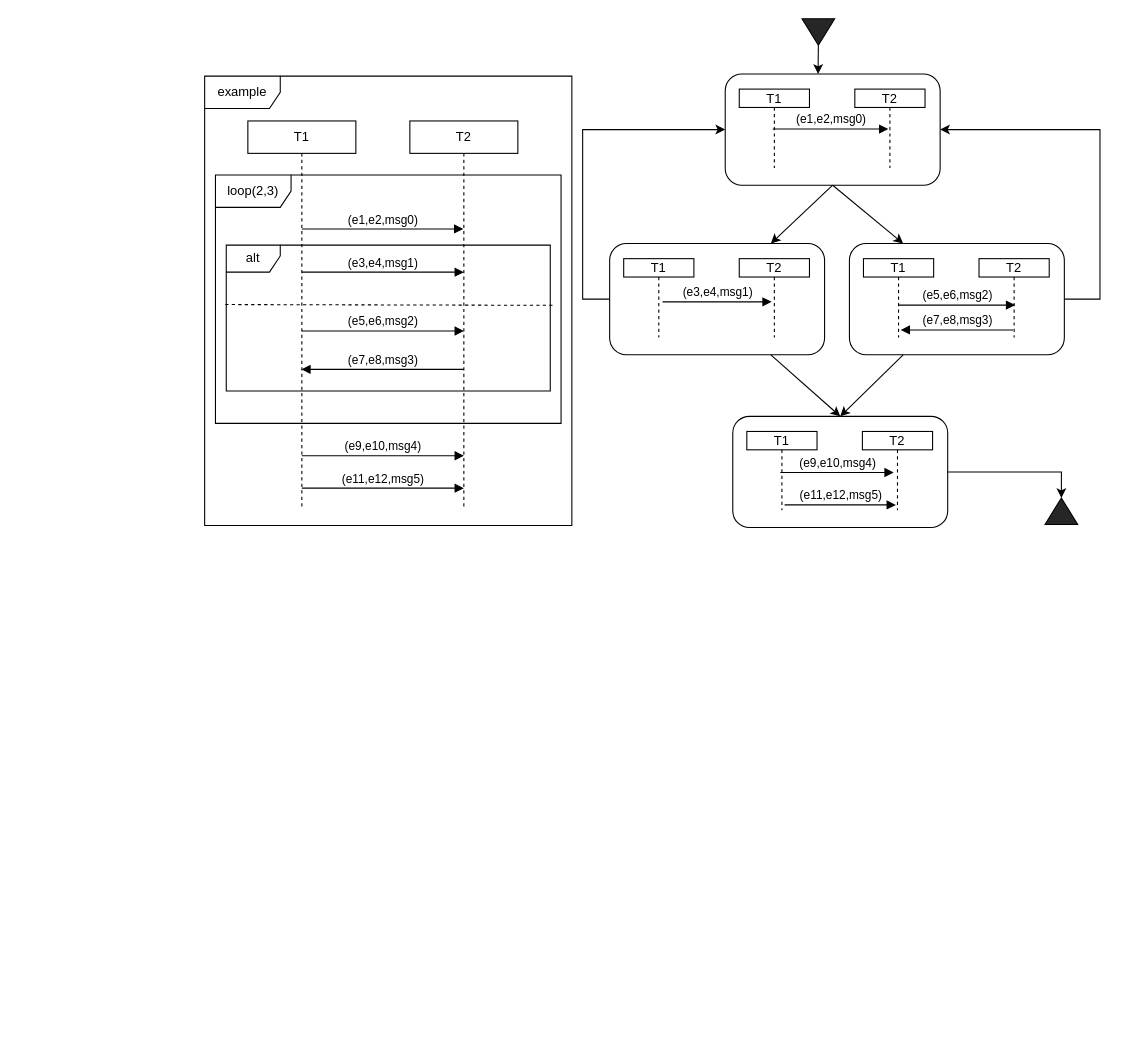
The draw.io diagram block.drawio in ShiYufei0708/draw, before the edit. Source tidied: cells renumbered, new cells numbered last; positions are measured from the earlier drawing's top-left corner, leaving out a move shared by most shapes. Both pictures are drawn from the tidied source at 108%, with x=0, y=0 at pixel (204, 15).
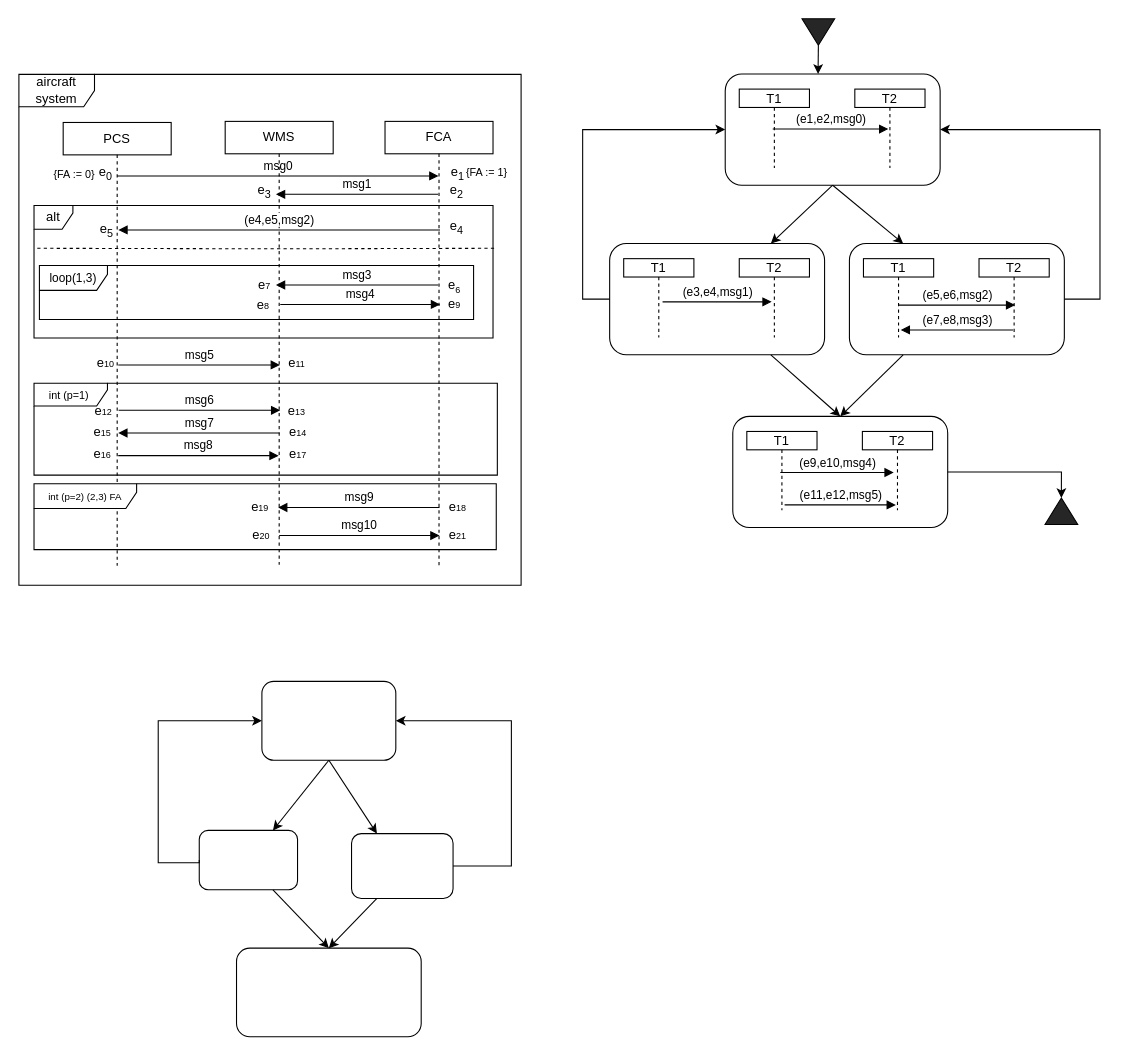
Above is the later version.

What changed in the source:
```diff
@@
-    <mxCell id="2" value="example" style="shape=umlFrame;whiteSpace=wrap;html=1;width=70;height=30;" parent="1" vertex="1">
-      <mxGeometry y="56" width="340" height="416" as="geometry" />
-    </mxCell>
-    <mxCell id="3" value="T1" style="shape=umlLifeline;perimeter=lifelinePerimeter;whiteSpace=wrap;html=1;outlineConnect=0;portConstraint=eastwest;newEdgeStyle={&quot;curved&quot;:0,&quot;rounded&quot;:0};size=30;" parent="1" vertex="1">
-      <mxGeometry x="40" y="97.5" width="100" height="360" as="geometry" />
-    </mxCell>
-    <mxCell id="4" value="T2" style="shape=umlLifeline;perimeter=lifelinePerimeter;whiteSpace=wrap;html=1;outlineConnect=0;portConstraint=eastwest;newEdgeStyle={&quot;curved&quot;:0,&quot;rounded&quot;:0};size=30;" parent="1" vertex="1">
-      <mxGeometry x="190" y="97.5" width="100" height="360" as="geometry" />
-    </mxCell>
-    <mxCell id="5" value="loop(2,3)" style="shape=umlFrame;whiteSpace=wrap;html=1;width=70;height=30;" parent="1" vertex="1">
-      <mxGeometry x="10" y="147.5" width="320" height="230" as="geometry" />
-    </mxCell>
-    <mxCell id="6" value="(e1,e2,msg0)" style="html=1;verticalAlign=bottom;endArrow=block;curved=0;rounded=0;" parent="1" edge="1" target="4">
-      <mxGeometry relative="1" as="geometry">
-        <mxPoint x="90" y="197.5" as="sourcePoint" />
-      </mxGeometry>
-    </mxCell>
-    <mxCell id="7" value="(e3,e4,msg1)" style="html=1;verticalAlign=bottom;endArrow=block;curved=0;rounded=0;" parent="1" edge="1">
-      <mxGeometry relative="1" as="geometry">
-        <mxPoint x="90" y="237.5" as="sourcePoint" />
-        <mxPoint x="240" y="237.5" as="targetPoint" />
-      </mxGeometry>
-    </mxCell>
-    <mxCell id="8" value="(e5,e6,msg2)" style="html=1;verticalAlign=bottom;endArrow=block;curved=0;rounded=0;" parent="1" edge="1">
-      <mxGeometry relative="1" as="geometry">
-        <mxPoint x="90" y="292" as="sourcePoint" />
-        <mxPoint x="240" y="292" as="targetPoint" />
-      </mxGeometry>
-    </mxCell>
-    <mxCell id="9" value="(e9,e10,msg4)" style="html=1;verticalAlign=bottom;endArrow=block;curved=0;rounded=0;" parent="1" edge="1">
-      <mxGeometry relative="1" as="geometry">
-        <mxPoint x="90" y="407.5" as="sourcePoint" />
-        <mxPoint x="240" y="407.5" as="targetPoint" />
-      </mxGeometry>
-    </mxCell>
-    <mxCell id="10" value="(e11,e12,msg5)" style="html=1;verticalAlign=bottom;endArrow=block;curved=0;rounded=0;" parent="1" edge="1">
-      <mxGeometry relative="1" as="geometry">
-        <mxPoint x="90" y="437.5" as="sourcePoint" />
-        <mxPoint x="240" y="437.5" as="targetPoint" />
-      </mxGeometry>
-    </mxCell>
-    <mxCell id="11" value="alt" style="shape=umlFrame;whiteSpace=wrap;html=1;width=50;height=25;" parent="1" vertex="1">
-      <mxGeometry x="20" y="212.5" width="300" height="135" as="geometry" />
-    </mxCell>
-    <mxCell id="12" value="(e7,e8,msg3)" style="html=1;verticalAlign=bottom;endArrow=block;curved=0;rounded=0;" parent="1" edge="1" target="3">
-      <mxGeometry relative="1" as="geometry">
-        <mxPoint x="240" y="327.5" as="sourcePoint" />
-      </mxGeometry>
-    </mxCell>
-    <mxCell id="13" style="endArrow=none;dashed=1;html=1;rounded=0;exitX=-0.003;exitY=0.275;exitDx=0;exitDy=0;exitPerimeter=0;entryX=1.007;entryY=0.28;entryDx=0;entryDy=0;entryPerimeter=0;" parent="1" edge="1">
-      <mxGeometry relative="1" as="geometry">
-        <mxPoint x="19.1" y="267.5" as="sourcePoint" />
-        <mxPoint x="322.1" y="268.2" as="targetPoint" />
-      </mxGeometry>
-    </mxCell>
@@
+    <mxCell id="46" style="group;" parent="1" vertex="1">
+      <mxGeometry x="53" y="616.4" width="124" height="73" as="geometry" />
+    </mxCell>
+    <mxCell id="47" style="rounded=1;whiteSpace=wrap;html=1;" parent="46" vertex="1">
+      <mxGeometry width="124" height="73" as="geometry" />
+    </mxCell>
+    <mxCell id="48" style="group;" parent="1" vertex="1">
+      <mxGeometry x="-5" y="754.4" width="91" height="55" as="geometry" />
+    </mxCell>
+    <mxCell id="49" style="rounded=1;whiteSpace=wrap;html=1;" parent="48" vertex="1">
+      <mxGeometry width="91" height="55" as="geometry" />
+    </mxCell>
+    <mxCell id="50" style="group;" parent="1" vertex="1">
+      <mxGeometry x="136" y="757.4" width="94" height="60" as="geometry" />
+    </mxCell>
+    <mxCell id="51" style="rounded=1;whiteSpace=wrap;html=1;" parent="50" vertex="1">
+      <mxGeometry width="94" height="60" as="geometry" />
+    </mxCell>
+    <mxCell id="52" style="group;" parent="1" vertex="1">
+      <mxGeometry x="29.5" y="863.4" width="171" height="82" as="geometry" />
+    </mxCell>
+    <mxCell id="53" style="rounded=1;whiteSpace=wrap;html=1;" parent="52" vertex="1">
+      <mxGeometry width="171" height="82" as="geometry" />
+    </mxCell>
+    <mxCell id="54" style="rounded=0;jettySize=auto;html=1;exitX=0.5;exitY=1;exitDx=0;exitDy=0;entryX=0.75;entryY=0;entryDx=0;entryDy=0;" parent="1" edge="1" source="47" target="49">
+      <mxGeometry relative="1" as="geometry" />
+    </mxCell>
+    <mxCell id="55" style="rounded=0;jettySize=auto;html=1;exitX=0.5;exitY=1;exitDx=0;exitDy=0;entryX=0.25;entryY=0;entryDx=0;entryDy=0;" parent="1" edge="1" source="47" target="51">
+      <mxGeometry relative="1" as="geometry" />
+    </mxCell>
+    <mxCell id="56" style="rounded=0;jettySize=auto;html=1;exitX=0.25;exitY=1;exitDx=0;exitDy=0;entryX=0.5;entryY=0;entryDx=0;entryDy=0;" parent="1" edge="1" source="51" target="53">
+      <mxGeometry relative="1" as="geometry" />
+    </mxCell>
+    <mxCell id="57" style="rounded=0;jettySize=auto;html=1;exitX=0.75;exitY=1;exitDx=0;exitDy=0;entryX=0.5;entryY=0;entryDx=0;entryDy=0;" parent="1" edge="1" source="49" target="53">
+      <mxGeometry relative="1" as="geometry" />
+    </mxCell>
+    <mxCell id="58" style="edgeStyle=orthogonalEdgeStyle;rounded=0;jettySize=auto;html=1;exitX=0;exitY=0.5;exitDx=0;exitDy=0;entryX=0;entryY=0.5;entryDx=0;entryDy=0;" parent="1" edge="1" source="49" target="47">
+      <mxGeometry relative="1" as="geometry">
+        <Array as="points">
+          <mxPoint x="-5" y="784.4" />
+          <mxPoint x="-43" y="784.4" />
+          <mxPoint x="-43" y="653.4" />
+        </Array>
+      </mxGeometry>
+    </mxCell>
+    <mxCell id="59" style="edgeStyle=orthogonalEdgeStyle;rounded=0;jettySize=auto;html=1;exitX=1;exitY=0.5;exitDx=0;exitDy=0;entryX=1;entryY=0.5;entryDx=0;entryDy=0;" parent="1" edge="1" source="51" target="47">
+      <mxGeometry relative="1" as="geometry">
+        <Array as="points">
+          <mxPoint x="284" y="787.4" />
+          <mxPoint x="284" y="653.4" />
+        </Array>
+      </mxGeometry>
+    </mxCell>
+    <mxCell id="60" value="aircraft system" style="shape=umlFrame;whiteSpace=wrap;html=1;width=70;height=30;" parent="1" vertex="1">
+      <mxGeometry x="-172" y="54.4" width="465" height="473" as="geometry" />
+    </mxCell>
+    <mxCell id="61" value="PCS" style="shape=umlLifeline;perimeter=lifelinePerimeter;whiteSpace=wrap;html=1;newEdgeStyle={&quot;curved&quot;:0,&quot;rounded&quot;:0};size=30;" parent="1" vertex="1">
+      <mxGeometry x="-131" y="98.9" width="100" height="410.5" as="geometry" />
+    </mxCell>
+    <mxCell id="62" value="FCA" style="shape=umlLifeline;perimeter=lifelinePerimeter;whiteSpace=wrap;html=1;outlineConnect=0;portConstraint=eastwest;newEdgeStyle={&quot;curved&quot;:0,&quot;rounded&quot;:0};size=30;" parent="1" vertex="1">
+      <mxGeometry x="167" y="97.9" width="100" height="411.5" as="geometry" />
+    </mxCell>
+    <mxCell id="63" value="msg0" style="html=1;verticalAlign=bottom;endArrow=block;curved=0;rounded=0;" parent="1" edge="1" target="62">
+      <mxGeometry relative="1" as="geometry">
+        <mxPoint x="-81" y="148.4" as="sourcePoint" />
+      </mxGeometry>
+    </mxCell>
+    <mxCell id="64" value="msg1" style="html=1;verticalAlign=bottom;endArrow=block;curved=0;rounded=0;" parent="1" edge="1">
+      <mxGeometry relative="1" as="geometry">
+        <mxPoint x="216.1" y="165.4" as="sourcePoint" />
+        <mxPoint x="66" y="165.4" as="targetPoint" />
+      </mxGeometry>
+    </mxCell>
+    <mxCell id="65" value="msg3" style="html=1;verticalAlign=bottom;endArrow=block;curved=0;rounded=0;" parent="1" edge="1">
+      <mxGeometry relative="1" as="geometry">
+        <mxPoint x="216.2" y="249.4" as="sourcePoint" />
+        <mxPoint x="66" y="249.4" as="targetPoint" />
+      </mxGeometry>
+    </mxCell>
+    <mxCell id="66" value="msg5" style="html=1;verticalAlign=bottom;endArrow=block;curved=0;rounded=0;" parent="1" edge="1">
+      <mxGeometry relative="1" as="geometry">
+        <mxPoint x="-80" y="323.4" as="sourcePoint" />
+        <mxPoint x="69.7" y="323.4" as="targetPoint" />
+      </mxGeometry>
+    </mxCell>
+    <mxCell id="67" value="&lt;font style=&quot;font-size: 10px;&quot;&gt;int (p=1)&amp;nbsp;&lt;/font&gt;" style="shape=umlFrame;whiteSpace=wrap;html=1;width=68;height=21;" parent="1" vertex="1">
+      <mxGeometry x="-158" y="340.4" width="429" height="85" as="geometry" />
+    </mxCell>
+    <mxCell id="68" value="msg7" style="html=1;verticalAlign=bottom;endArrow=block;curved=0;rounded=0;" parent="1" edge="1">
+      <mxGeometry relative="1" as="geometry">
+        <mxPoint x="69.5" y="386.4" as="sourcePoint" />
+        <mxPoint x="-80" y="386.4" as="targetPoint" />
+      </mxGeometry>
+    </mxCell>
+    <mxCell id="69" value="msg8" style="html=1;verticalAlign=bottom;endArrow=block;curved=0;rounded=0;" parent="1" edge="1">
+      <mxGeometry relative="1" as="geometry">
+        <mxPoint x="-80" y="407.4" as="sourcePoint" />
+        <mxPoint x="68.5" y="407.4" as="targetPoint" />
+      </mxGeometry>
+    </mxCell>
+    <mxCell id="70" value="WMS" style="shape=umlLifeline;perimeter=lifelinePerimeter;whiteSpace=wrap;html=1;newEdgeStyle={&quot;curved&quot;:0,&quot;rounded&quot;:0};size=30;" parent="1" vertex="1">
+      <mxGeometry x="19" y="97.9" width="100" height="410.5" as="geometry" />
+    </mxCell>
+    <mxCell id="71" value="(e4,e5,msg2)" style="html=1;verticalAlign=bottom;endArrow=block;curved=0;rounded=0;" parent="1" edge="1">
+      <mxGeometry relative="1" as="geometry">
+        <mxPoint x="217.9" y="198.4" as="sourcePoint" />
+        <mxPoint x="-79.9" y="198.4" as="targetPoint" />
+      </mxGeometry>
+    </mxCell>
+    <mxCell id="11" value="alt" style="shape=umlFrame;whiteSpace=wrap;html=1;width=36;height=22;" parent="1" vertex="1">
+      <mxGeometry x="-158" y="175.7" width="425" height="122.8" as="geometry" />
+    </mxCell>
+    <mxCell id="72" value="msg4" style="html=1;verticalAlign=bottom;endArrow=block;curved=0;rounded=0;" parent="1" edge="1">
+      <mxGeometry relative="1" as="geometry">
+        <mxPoint x="70" y="267.4" as="sourcePoint" />
+        <mxPoint x="218" y="267.4" as="targetPoint" />
+      </mxGeometry>
+    </mxCell>
+    <mxCell id="73" style="endArrow=none;dashed=1;html=1;rounded=0;exitX=-0.003;exitY=0.275;exitDx=0;exitDy=0;exitPerimeter=0;" parent="1" edge="1">
+      <mxGeometry relative="1" as="geometry">
+        <mxPoint x="-155" y="215.4" as="sourcePoint" />
+        <mxPoint x="268" y="215.4" as="targetPoint" />
+        <Array as="points">
+          <mxPoint x="69" y="215.9" />
+        </Array>
+      </mxGeometry>
+    </mxCell>
+    <mxCell id="74" value="&lt;font style=&quot;font-size: 11px;&quot;&gt;loop(1,3)&lt;/font&gt;" style="shape=umlFrame;whiteSpace=wrap;html=1;width=63;height=23;" parent="1" vertex="1">
+      <mxGeometry x="-153" y="231.4" width="402" height="50" as="geometry" />
+    </mxCell>
+    <mxCell id="75" value="&lt;font style=&quot;font-size: 9px;&quot;&gt;int (p=2)&amp;nbsp;(2,3) FA&lt;/font&gt;" style="shape=umlFrame;whiteSpace=wrap;html=1;width=95;height=23;" parent="1" vertex="1">
+      <mxGeometry x="-158" y="433.4" width="428" height="61" as="geometry" />
+    </mxCell>
+    <mxCell id="76" value="msg9" style="html=1;verticalAlign=bottom;endArrow=block;curved=0;rounded=0;" parent="1" edge="1">
+      <mxGeometry relative="1" as="geometry">
+        <mxPoint x="217.5" y="455.4" as="sourcePoint" />
+        <mxPoint x="68" y="455.4" as="targetPoint" />
+      </mxGeometry>
+    </mxCell>
+    <mxCell id="77" value="msg10" style="html=1;verticalAlign=bottom;endArrow=block;curved=0;rounded=0;" parent="1" edge="1">
+      <mxGeometry relative="1" as="geometry">
+        <mxPoint x="69" y="481.4" as="sourcePoint" />
+        <mxPoint x="217.5" y="481.4" as="targetPoint" />
+      </mxGeometry>
+    </mxCell>
+    <mxCell id="78" value="e&lt;sub&gt;0&lt;/sub&gt;" style="text;html=1;align=center;verticalAlign=middle;strokeColor=none;fillColor=none;" parent="1" vertex="1">
+      <mxGeometry x="-107" y="131.4" width="30" height="29" as="geometry" />
+    </mxCell>
+    <mxCell id="79" value="e&lt;sub&gt;1&lt;/sub&gt;" style="text;html=1;align=center;verticalAlign=middle;strokeColor=none;fillColor=none;" parent="1" vertex="1">
+      <mxGeometry x="219" y="131.4" width="30" height="29" as="geometry" />
+    </mxCell>
+    <mxCell id="80" value="e&lt;sub&gt;2&lt;/sub&gt;" style="text;html=1;align=center;verticalAlign=middle;strokeColor=none;fillColor=none;" parent="1" vertex="1">
+      <mxGeometry x="218" y="148.7" width="30" height="29" as="geometry" />
+    </mxCell>
+    <mxCell id="81" value="e&lt;sub&gt;3&lt;/sub&gt;" style="text;html=1;align=center;verticalAlign=middle;strokeColor=none;fillColor=none;" parent="1" vertex="1">
+      <mxGeometry x="40" y="148.7" width="30" height="29" as="geometry" />
+    </mxCell>
+    <mxCell id="82" value="e&lt;sub&gt;4&lt;/sub&gt;" style="text;html=1;align=center;verticalAlign=middle;strokeColor=none;fillColor=none;" parent="1" vertex="1">
+      <mxGeometry x="218" y="181.4" width="30" height="29" as="geometry" />
+    </mxCell>
+    <mxCell id="83" value="e&lt;sub&gt;5&lt;/sub&gt;" style="text;html=1;align=center;verticalAlign=middle;strokeColor=none;fillColor=none;" parent="1" vertex="1">
+      <mxGeometry x="-106" y="184.4" width="30" height="29" as="geometry" />
+    </mxCell>
+    <mxCell id="84" value="e&lt;span style=&quot;font-size: 10px;&quot;&gt;&lt;sub&gt;6&lt;/sub&gt;&lt;/span&gt;" style="text;html=1;align=center;verticalAlign=middle;strokeColor=none;fillColor=none;" parent="1" vertex="1">
+      <mxGeometry x="216" y="236.4" width="29" height="28" as="geometry" />
+    </mxCell>
+    <mxCell id="85" value="e&lt;span style=&quot;font-size: 8.33333px;&quot;&gt;7&lt;/span&gt;" style="text;html=1;align=center;verticalAlign=middle;strokeColor=none;fillColor=none;" parent="1" vertex="1">
+      <mxGeometry x="40" y="237.4" width="29" height="26" as="geometry" />
+    </mxCell>
+    <mxCell id="86" value="e&lt;span style=&quot;font-size: 8.33333px;&quot;&gt;8&lt;/span&gt;" style="text;html=1;align=center;verticalAlign=middle;strokeColor=none;fillColor=none;" parent="1" vertex="1">
+      <mxGeometry x="39.5" y="255.4" width="29" height="26" as="geometry" />
+    </mxCell>
+    <mxCell id="87" value="e&lt;span style=&quot;font-size: 8.33333px;&quot;&gt;9&lt;/span&gt;" style="text;html=1;align=center;verticalAlign=middle;strokeColor=none;fillColor=none;" parent="1" vertex="1">
+      <mxGeometry x="216" y="254.4" width="29" height="26" as="geometry" />
+    </mxCell>
+    <mxCell id="88" value="e&lt;span style=&quot;font-size: 8.33333px;&quot;&gt;10&lt;/span&gt;" style="text;html=1;align=center;verticalAlign=middle;strokeColor=none;fillColor=none;" parent="1" vertex="1">
+      <mxGeometry x="-109" y="309.4" width="34" height="26" as="geometry" />
+    </mxCell>
+    <mxCell id="89" value="e&lt;span style=&quot;font-size: 8.33333px;&quot;&gt;11&lt;/span&gt;" style="text;html=1;align=center;verticalAlign=middle;strokeColor=none;fillColor=none;" parent="1" vertex="1">
+      <mxGeometry x="68" y="309.4" width="33" height="26" as="geometry" />
+    </mxCell>
+    <mxCell id="90" value="e&lt;span style=&quot;font-size: 8.33333px;&quot;&gt;12&lt;/span&gt;" style="text;html=1;align=center;verticalAlign=middle;strokeColor=none;fillColor=none;" parent="1" vertex="1">
+      <mxGeometry x="-111" y="353.4" width="34" height="26" as="geometry" />
+    </mxCell>
+    <mxCell id="91" value="e&lt;span style=&quot;font-size: 8.33333px;&quot;&gt;13&lt;/span&gt;" style="text;html=1;align=center;verticalAlign=middle;strokeColor=none;fillColor=none;" parent="1" vertex="1">
+      <mxGeometry x="67.5" y="353.4" width="34" height="26" as="geometry" />
+    </mxCell>
+    <mxCell id="92" value="e&lt;span style=&quot;font-size: 8.33333px;&quot;&gt;14&lt;/span&gt;" style="text;html=1;align=center;verticalAlign=middle;strokeColor=none;fillColor=none;" parent="1" vertex="1">
+      <mxGeometry x="68.5" y="372.9" width="34" height="26" as="geometry" />
+    </mxCell>
+    <mxCell id="93" value="e&lt;span style=&quot;font-size: 8.33333px;&quot;&gt;15&lt;/span&gt;" style="text;html=1;align=center;verticalAlign=middle;strokeColor=none;fillColor=none;" parent="1" vertex="1">
+      <mxGeometry x="-112" y="372.9" width="34" height="26" as="geometry" />
+    </mxCell>
+    <mxCell id="94" value="e&lt;span style=&quot;font-size: 8.33333px;&quot;&gt;16&lt;/span&gt;" style="text;html=1;align=center;verticalAlign=middle;strokeColor=none;fillColor=none;" parent="1" vertex="1">
+      <mxGeometry x="-112" y="392.9" width="34" height="26" as="geometry" />
+    </mxCell>
+    <mxCell id="95" value="e&lt;span style=&quot;font-size: 8.33333px;&quot;&gt;19&lt;/span&gt;" style="text;html=1;align=center;verticalAlign=middle;strokeColor=none;fillColor=none;" parent="1" vertex="1">
+      <mxGeometry x="34" y="442.4" width="34" height="26" as="geometry" />
+    </mxCell>
+    <mxCell id="96" value="e&lt;span style=&quot;font-size: 8.33333px;&quot;&gt;17&lt;/span&gt;" style="text;html=1;align=center;verticalAlign=middle;strokeColor=none;fillColor=none;" parent="1" vertex="1">
+      <mxGeometry x="69" y="392.9" width="34" height="26" as="geometry" />
+    </mxCell>
+    <mxCell id="97" value="e&lt;span style=&quot;font-size: 8.33333px;&quot;&gt;18&lt;/span&gt;" style="text;html=1;align=center;verticalAlign=middle;strokeColor=none;fillColor=none;" parent="1" vertex="1">
+      <mxGeometry x="217" y="442.4" width="34" height="26" as="geometry" />
+    </mxCell>
+    <mxCell id="98" value="&lt;font style=&quot;font-size: 10px;&quot;&gt;{FA := 0}&lt;/font&gt;" style="text;html=1;align=center;verticalAlign=middle;strokeColor=none;fillColor=none;" parent="1" vertex="1">
+      <mxGeometry x="-149" y="134.4" width="56" height="26" as="geometry" />
+    </mxCell>
+    <mxCell id="99" value="&lt;font style=&quot;font-size: 10px;&quot;&gt;{FA := 1}&lt;/font&gt;" style="text;html=1;align=center;verticalAlign=middle;strokeColor=none;fillColor=none;" parent="1" vertex="1">
+      <mxGeometry x="233" y="132.4" width="56" height="26" as="geometry" />
+    </mxCell>
+    <mxCell id="100" value="msg6" style="html=1;verticalAlign=bottom;endArrow=block;curved=0;rounded=0;" parent="1" edge="1">
+      <mxGeometry relative="1" as="geometry">
+        <mxPoint x="-79.7" y="365.4" as="sourcePoint" />
+        <mxPoint x="70" y="365.4" as="targetPoint" />
+      </mxGeometry>
+    </mxCell>
+    <mxCell id="101" value="e&lt;span style=&quot;font-size: 8.33333px;&quot;&gt;21&lt;/span&gt;" style="text;html=1;align=center;verticalAlign=middle;strokeColor=none;fillColor=none;" parent="1" vertex="1">
+      <mxGeometry x="217" y="468.4" width="34" height="26" as="geometry" />
+    </mxCell>
+    <mxCell id="102" value="e&lt;span style=&quot;font-size: 8.33333px;&quot;&gt;20&lt;/span&gt;" style="text;html=1;align=center;verticalAlign=middle;strokeColor=none;fillColor=none;" parent="1" vertex="1">
+      <mxGeometry x="35" y="468.4" width="34" height="26" as="geometry" />
+    </mxCell>
```
